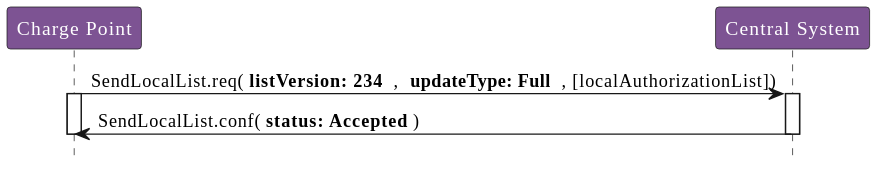
This is OCPP_1.6/images/figure_3.svg from phoi5675/ocpp-markdown, a PlantUML export, as it was before one commit. Source of this version:
```plantuml
@startuml
!include style.puml

participant "Charge Point" as ChargePoint
participant "Central System" as CentralSystem

ChargePoint -> CentralSystem: SendLocalList.req( **listVersion: 234**  ,  **updateType: Full**  , [localAuthorizationList])
activate ChargePoint
activate CentralSystem
CentralSystem -> ChargePoint : SendLocalList.conf( **status: Accepted** )
deactivate ChargePoint
deactivate CentralSystem
@enduml
```
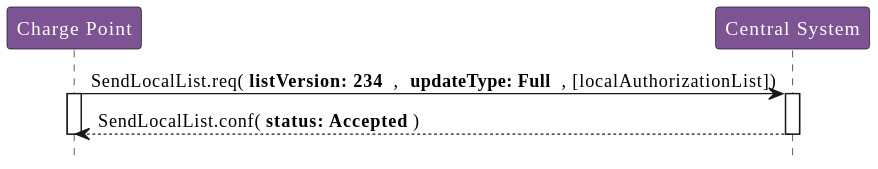
Above is the later version.

Diff of the diagram source:
```diff
@@ -7,7 +7,8 @@
 ChargePoint -> CentralSystem: SendLocalList.req( **listVersion: 234**  ,  **updateType: Full**  , [localAuthorizationList])
 activate ChargePoint
 activate CentralSystem
-CentralSystem -> ChargePoint : SendLocalList.conf( **status: Accepted** )
+
+CentralSystem --> ChargePoint : SendLocalList.conf( **status: Accepted** )
 deactivate ChargePoint
 deactivate CentralSystem
 @enduml
```
